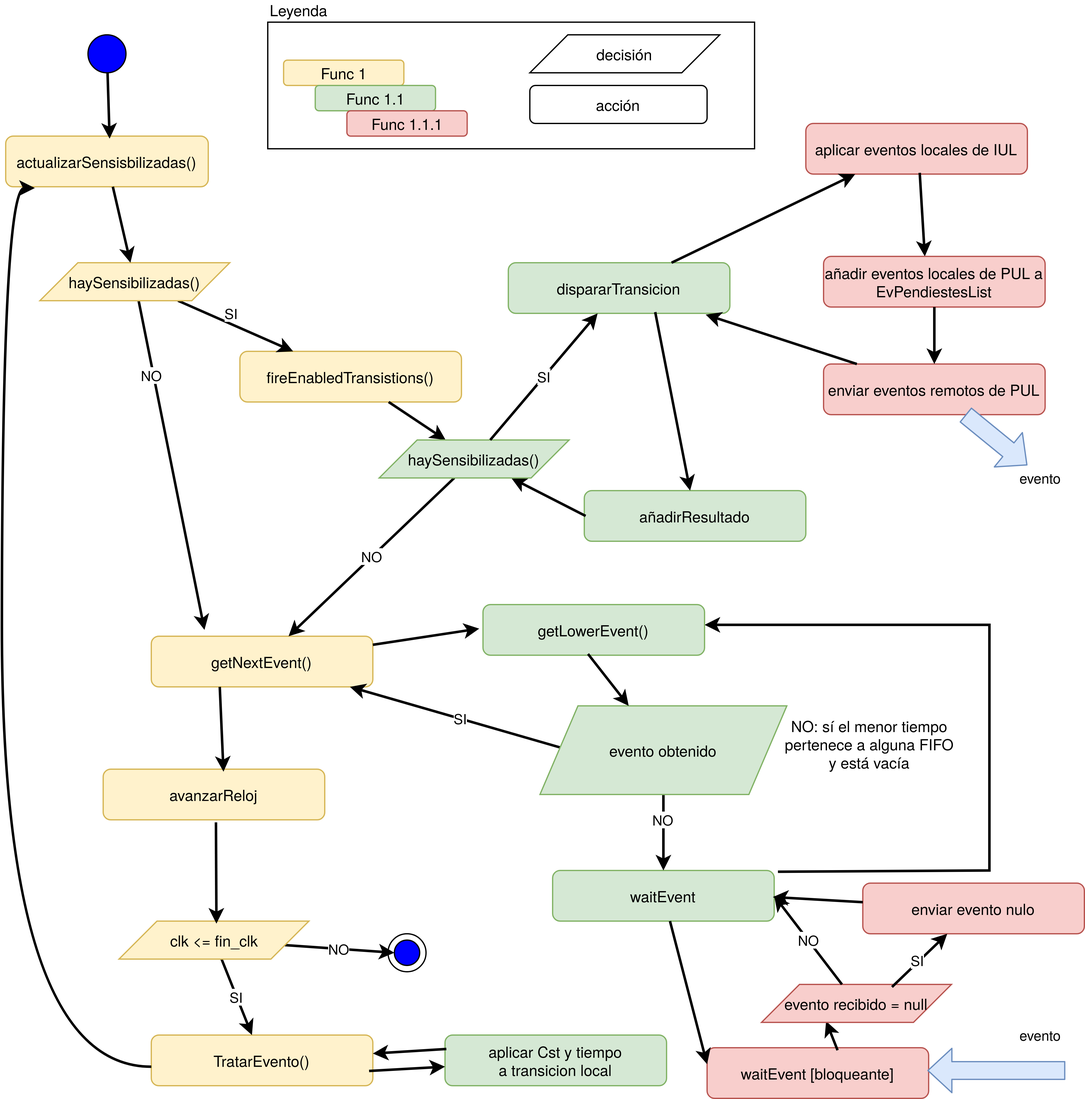
Earlier version of the draw.io export doc/Estados_SimDist.png (mariuscrsn/Petri-Net-Distributed-Simulator). Source tidied: cells renumbered, new cells last; positions are measured from the earlier drawing's top-left corner, leaving out a move shared by most shapes.
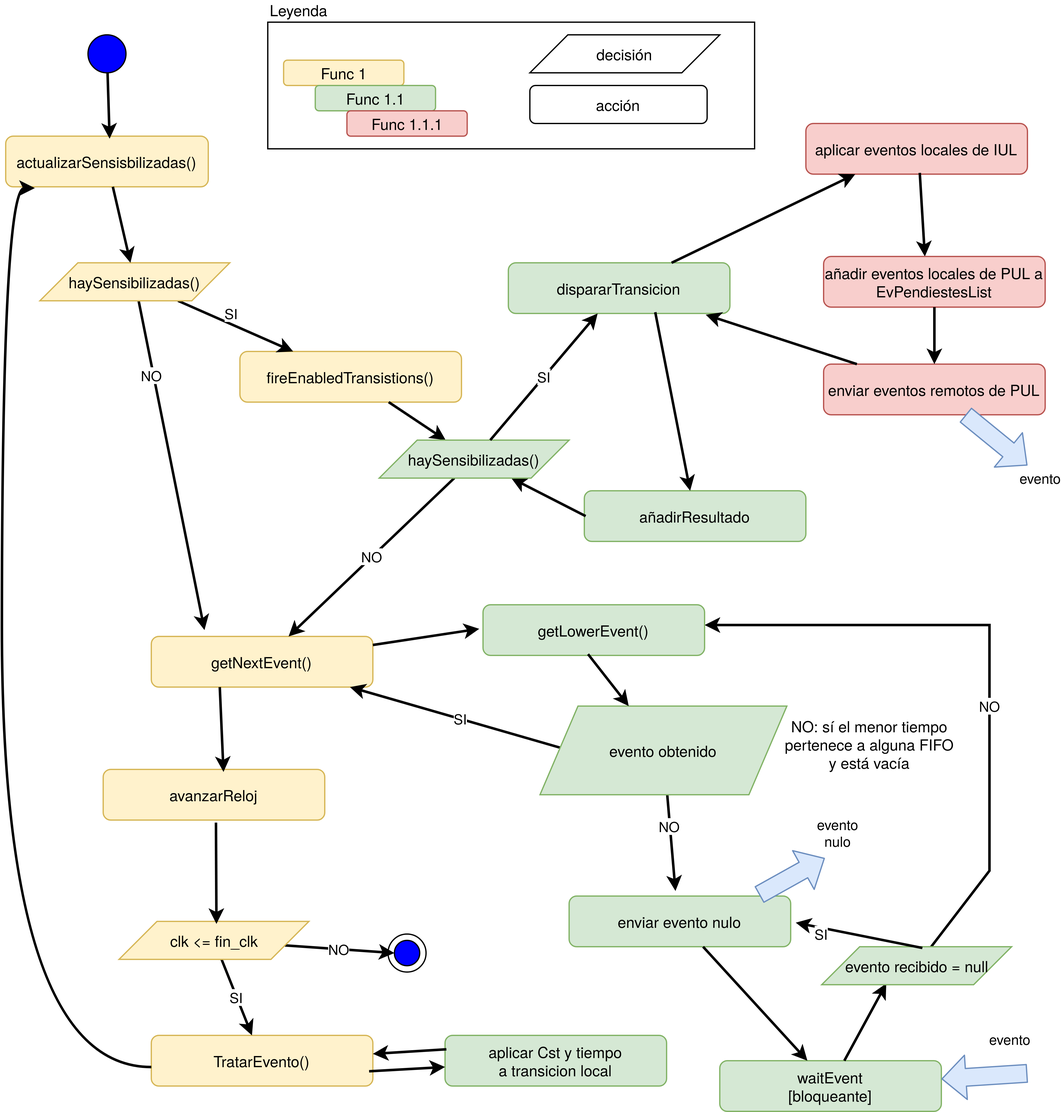
Later version of the same file.

The edit, as a diff of the source:
```diff
@@ -85,29 +85,23 @@
     <mxCell id="28" value="NO" style="rounded=0;jettySize=auto;html=1;strokeWidth=2;" parent="1" edge="1" source="49" target="27">
       <mxGeometry relative="1" as="geometry" />
     </mxCell>
-    <mxCell id="29" value="waitEvent" style="rounded=1;whiteSpace=wrap;html=1;fillColor=#d5e8d4;strokeColor=#82b366;" parent="1" vertex="1">
-      <mxGeometry x="455" y="670" width="175" height="40" as="geometry" />
+    <mxCell id="29" value="waitEvent&lt;br&gt;[bloqueante]" style="rounded=1;whiteSpace=wrap;html=1;fillColor=#d5e8d4;strokeColor=#82b366;" parent="1" vertex="1">
+      <mxGeometry x="587" y="820" width="175" height="40" as="geometry" />
     </mxCell>
-    <mxCell id="30" value="waitEvent [bloqueante]" style="rounded=1;whiteSpace=wrap;html=1;fillColor=#f8cecc;strokeColor=#b85450;" parent="1" vertex="1">
-      <mxGeometry x="577" y="810" width="175" height="40" as="geometry" />
-    </mxCell>
-    <mxCell id="31" style="rounded=0;jettySize=auto;html=1;strokeWidth=2;entryX=0;entryY=0.325;entryDx=0;entryDy=0;entryPerimeter=0;" parent="1" edge="1" source="29" target="30">
-      <mxGeometry x="0.09" y="-7" relative="1" as="geometry" />
-    </mxCell>
-    <mxCell id="32" value="NO" style="rounded=0;jettySize=auto;html=1;strokeWidth=2;startArrow=classic;startFill=1;endArrow=none;endFill=0;" parent="1" edge="1" source="29" target="56">
+    <mxCell id="32" value="NO" style="rounded=0;jettySize=auto;html=1;strokeWidth=2;startArrow=classic;startFill=1;endArrow=none;endFill=0;exitX=0.48;exitY=-0.1;exitDx=0;exitDy=0;exitPerimeter=0;" parent="1" edge="1" source="64" target="56">
       <mxGeometry x="0.34" y="1" relative="1" as="geometry" />
     </mxCell>
     <mxCell id="33" style="rounded=0;jettySize=auto;html=1;strokeWidth=2;entryX=-0.017;entryY=0.475;entryDx=0;entryDy=0;entryPerimeter=0;" parent="1" edge="1" source="27" target="55">
       <mxGeometry relative="1" as="geometry" />
     </mxCell>
-    <mxCell id="34" style="rounded=0;jettySize=auto;html=1;strokeWidth=2;exitX=0.589;exitY=0.05;exitDx=0;exitDy=0;exitPerimeter=0;entryX=0.34;entryY=0.967;entryDx=0;entryDy=0;entryPerimeter=0;" parent="1" edge="1" source="30" target="62">
+    <mxCell id="34" style="rounded=0;jettySize=auto;html=1;strokeWidth=2;entryX=0.34;entryY=0.967;entryDx=0;entryDy=0;entryPerimeter=0;" parent="1" edge="1" source="29" target="62">
       <mxGeometry relative="1" as="geometry" />
     </mxCell>
     <mxCell id="35" value="avanzarReloj" style="rounded=1;whiteSpace=wrap;html=1;fillColor=#fff2cc;strokeColor=#d6b656;" parent="1" vertex="1">
       <mxGeometry x="100" y="590" width="175" height="40" as="geometry" />
     </mxCell>
-    <mxCell id="36" style="rounded=0;jettySize=auto;html=1;strokeWidth=2;exitX=1.017;exitY=0.025;exitDx=0;exitDy=0;exitPerimeter=0;entryX=1;entryY=0.4;entryDx=0;entryDy=0;entryPerimeter=0;" parent="1" edge="1" source="29" target="55">
-      <mxGeometry relative="1" as="geometry">
+    <mxCell id="36" value="NO" style="rounded=0;jettySize=auto;html=1;strokeWidth=2;entryX=1;entryY=0.4;entryDx=0;entryDy=0;entryPerimeter=0;" parent="1" edge="1" source="62" target="55">
+      <mxGeometry x="-0.17" relative="1" as="geometry">
         <Array as="points">
           <mxPoint x="800" y="670" />
           <mxPoint x="800" y="476" />
@@ -177,9 +171,9 @@
         <mxPoint x="19" y="-1" as="offset" />
       </mxGeometry>
     </mxCell>
-    <mxCell id="54" value="evento" style="shape=flexArrow;endArrow=classic;html=1;fillColor=#dae8fc;strokeColor=#6c8ebf;labelBackgroundColor=none;width=14;endSize=5.97;endWidth=20;textDirection=ltr;entryX=0.994;entryY=0.45;entryDx=0;entryDy=0;entryPerimeter=0;" parent="1" edge="1" target="30">
+    <mxCell id="54" value="evento" style="shape=flexArrow;endArrow=classic;html=1;fillColor=#dae8fc;strokeColor=#6c8ebf;labelBackgroundColor=none;width=14;endSize=5.97;endWidth=20;textDirection=ltr;" parent="1" edge="1" target="29">
       <mxGeometry x="-0.63" y="-28" relative="1" as="geometry">
-        <mxPoint x="860" y="828" as="sourcePoint" />
+        <mxPoint x="830" y="830" as="sourcePoint" />
       </mxGeometry>
     </mxCell>
     <mxCell id="55" value="getLowerEvent()" style="rounded=1;whiteSpace=wrap;html=1;fillColor=#d5e8d4;strokeColor=#82b366;" parent="1" vertex="1">
@@ -203,27 +197,30 @@
     <mxCell id="61" value="acción" style="rounded=1;whiteSpace=wrap;html=1;" parent="1" vertex="1">
       <mxGeometry x="437" y="50" width="140" height="30" as="geometry" />
     </mxCell>
-    <mxCell id="62" value="evento recibido = null" style="shape=parallelogram;perimeter=parallelogramPerimeter;whiteSpace=wrap;html=1;fixedSize=1;size=30;fillColor=#f8cecc;strokeColor=#b85450;" parent="1" vertex="1">
-      <mxGeometry x="620" y="760" width="150" height="30" as="geometry" />
+    <mxCell id="62" value="evento recibido = null" style="shape=parallelogram;perimeter=parallelogramPerimeter;whiteSpace=wrap;html=1;fixedSize=1;size=30;fillColor=#d5e8d4;strokeColor=#82b366;" parent="1" vertex="1">
+      <mxGeometry x="667.5" y="730" width="150" height="30" as="geometry" />
     </mxCell>
-    <mxCell id="63" value="NO" style="rounded=0;jettySize=auto;html=1;strokeWidth=2;" parent="1" edge="1" source="62">
-      <mxGeometry relative="1" as="geometry">
-        <mxPoint x="630" y="690" as="targetPoint" />
-      </mxGeometry>
-    </mxCell>
-    <mxCell id="64" value="enviar evento nulo" style="rounded=1;whiteSpace=wrap;html=1;fillColor=#f8cecc;strokeColor=#b85450;" parent="1" vertex="1">
-      <mxGeometry x="700" y="680" width="175" height="40" as="geometry" />
+    <mxCell id="64" value="enviar evento nulo" style="rounded=1;whiteSpace=wrap;html=1;fillColor=#d5e8d4;strokeColor=#82b366;" parent="1" vertex="1">
+      <mxGeometry x="468" y="690" width="175" height="40" as="geometry" />
     </mxCell>
-    <mxCell id="65" style="rounded=0;jettySize=auto;html=1;strokeWidth=2;entryX=0.994;entryY=0.525;entryDx=0;entryDy=0;entryPerimeter=0;" parent="1" edge="1" source="64" target="29">
+    <mxCell id="65" style="rounded=0;jettySize=auto;html=1;strokeWidth=2;" parent="1" edge="1" source="64" target="29">
       <mxGeometry relative="1" as="geometry" />
     </mxCell>
-    <mxCell id="66" style="rounded=0;jettySize=auto;html=1;strokeWidth=2;exitX=0.687;exitY=0.067;exitDx=0;exitDy=0;exitPerimeter=0;" parent="1" edge="1" source="62" target="64">
-      <mxGeometry relative="1" as="geometry" />
+    <mxCell id="66" style="rounded=0;jettySize=auto;html=1;strokeWidth=2;exitX=0.53;exitY=0.033;exitDx=0;exitDy=0;exitPerimeter=0;" parent="1" edge="1" source="62">
+      <mxGeometry relative="1" as="geometry">
+        <mxPoint x="647" y="711" as="targetPoint" />
+      </mxGeometry>
     </mxCell>
     <mxCell id="67" value="SI" style="edgeLabel;html=1;align=center;verticalAlign=middle;" parent="66" vertex="1">
       <mxGeometry x="0.38" y="-3" relative="1" as="geometry">
         <mxPoint x="-12.9" y="5" as="offset" />
       </mxGeometry>
     </mxCell>
+    <mxCell id="68" value="evento&lt;br&gt;nulo" style="shape=flexArrow;endArrow=classic;html=1;fillColor=#dae8fc;strokeColor=#6c8ebf;labelBackgroundColor=none;width=14;endSize=5.97;endWidth=20;textDirection=ltr;exitX=0.857;exitY=-0.025;exitDx=0;exitDy=0;exitPerimeter=0;" parent="1" edge="1" source="64">
+      <mxGeometry x="1" y="22" relative="1" as="geometry">
+        <mxPoint x="670" y="660" as="targetPoint" />
+        <mxPoint x="20" y="-1" as="offset" />
+      </mxGeometry>
+    </mxCell>
   </root>
 </mxGraphModel>
```
